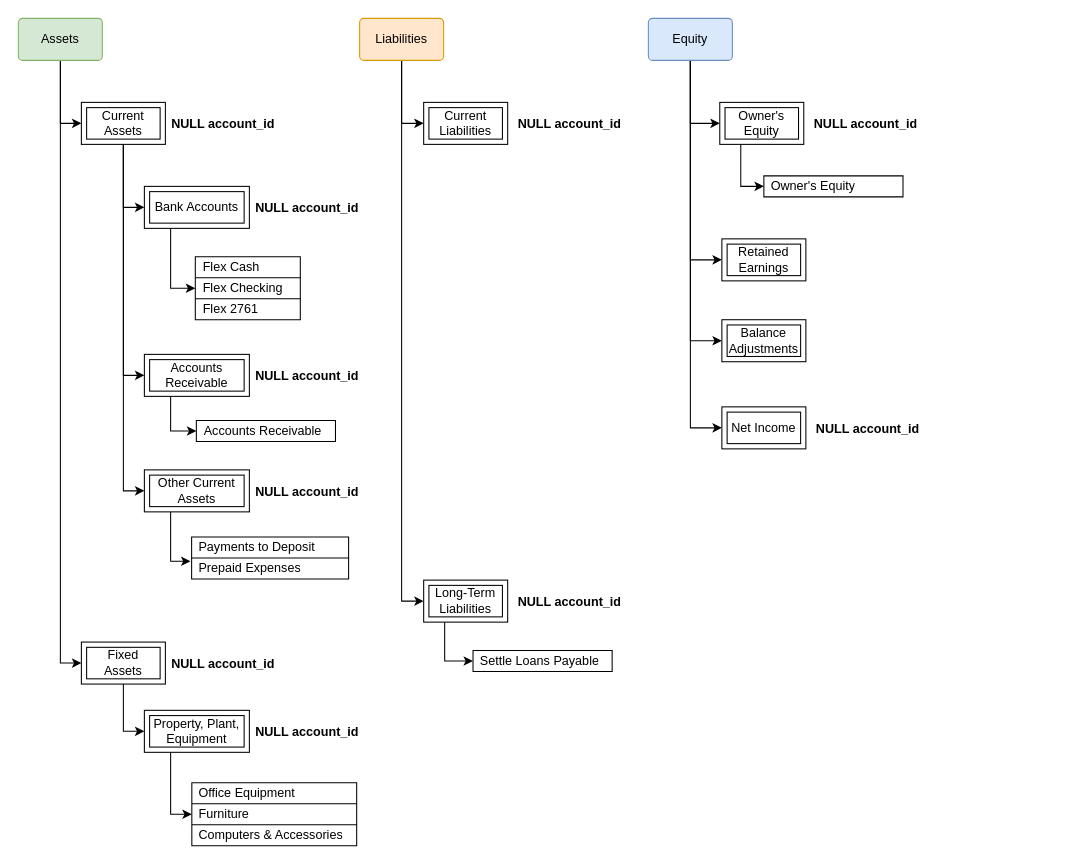
Before: flexanalyticseng.drawio in rizvi14/flexanalyticseng, a draw.io diagram. Source tidied: cells renumbered, new cells numbered last; positions are measured from the earlier drawing's top-left corner, leaving out a move shared by most shapes. Both pictures are drawn from the tidied source at 105%, with x=0, y=0 at pixel (18, 18).
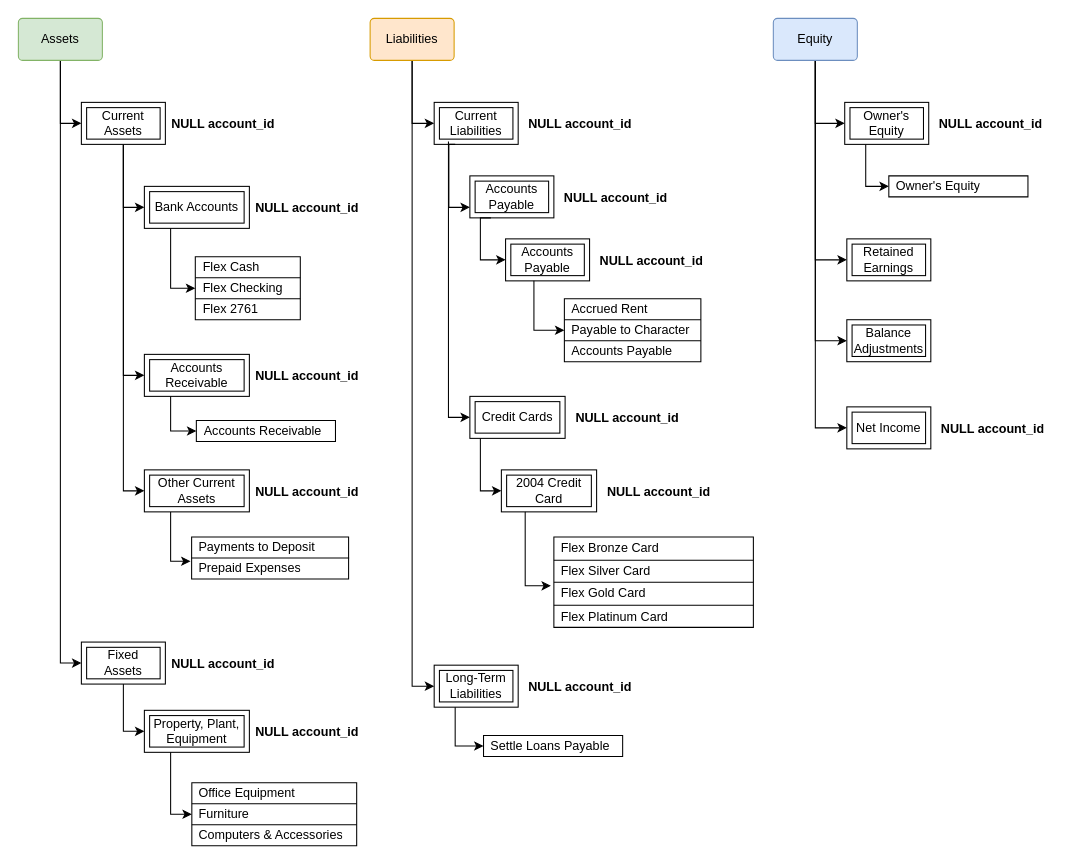
After the change.

Unchanged cells that the change refers to:
```xml
<mxCell id="58" value="Current Liabilities" style="shape=ext;margin=3;double=1;whiteSpace=wrap;html=1;align=center;" parent="57" vertex="1">
  <mxGeometry width="80" height="40" as="geometry" />
</mxCell>
<mxCell id="72" value="Owner's Equity" style="shape=ext;margin=3;double=1;whiteSpace=wrap;html=1;align=center;" parent="71" vertex="1">
  <mxGeometry width="80" height="40" as="geometry" />
</mxCell>
```

Diff of the diagram source:
```diff
@@
     <mxCell id="7" value="Liabilities" style="rounded=1;arcSize=10;whiteSpace=wrap;html=1;align=center;fillColor=#ffe6cc;strokeColor=#d79b00;" parent="1" vertex="1">
-      <mxGeometry x="325" width="80" height="40" as="geometry" />
+      <mxGeometry x="335" width="80" height="40" as="geometry" />
     </mxCell>
     <mxCell id="8" style="edgeStyle=orthogonalEdgeStyle;rounded=0;jettySize=auto;html=1;entryX=0;entryY=0.5;entryDx=0;entryDy=0;exitX=0.5;exitY=1;exitDx=0;exitDy=0;" parent="1" edge="1" source="12" target="72">
       <mxGeometry relative="1" as="geometry">
         <Array as="points">
-          <mxPoint x="640" y="100" />
+          <mxPoint x="759" y="100" />
         </Array>
       </mxGeometry>
     </mxCell>
@@
     <mxCell id="12" value="Equity" style="rounded=1;arcSize=10;whiteSpace=wrap;html=1;align=center;fillColor=#dae8fc;strokeColor=#6c8ebf;" parent="1" vertex="1">
-      <mxGeometry x="600" width="80" height="40" as="geometry" />
+      <mxGeometry x="719" width="80" height="40" as="geometry" />
     </mxCell>
@@
     <mxCell id="57" style="group;" parent="1" vertex="1">
-      <mxGeometry x="386" y="80" width="194" height="40" as="geometry" />
+      <mxGeometry x="396" y="80" width="194" height="40" as="geometry" />
     </mxCell>
@@
     <mxCell id="60" style="group;" parent="1" vertex="1">
-      <mxGeometry x="386" y="535" width="194" height="40" as="geometry" />
+      <mxGeometry x="396" y="616" width="194" height="40" as="geometry" />
     </mxCell>
@@
     <mxCell id="63" style="shape=table;startSize=0;childLayout=tableLayout;fontSize=11;fillColor=none;strokeColor=default;" parent="1" vertex="1">
-      <mxGeometry x="433" y="602" width="132.5" height="20" as="geometry" />
+      <mxGeometry x="443" y="683" width="132.5" height="20" as="geometry" />
     </mxCell>
@@
     <mxCell id="71" style="group;" parent="1" vertex="1">
-      <mxGeometry x="668" y="80" width="194" height="40" as="geometry" />
+      <mxGeometry x="787" y="80" width="194" height="40" as="geometry" />
     </mxCell>
@@
     <mxCell id="74" style="shape=table;startSize=0;childLayout=tableLayout;fontSize=11;fillColor=none;strokeColor=default;" parent="1" vertex="1">
-      <mxGeometry x="710" y="150" width="132.5" height="20" as="geometry" />
+      <mxGeometry x="829" y="150" width="132.5" height="20" as="geometry" />
     </mxCell>
@@
     <mxCell id="78" style="group;" parent="1" vertex="1">
-      <mxGeometry x="670" y="210" width="194" height="40" as="geometry" />
+      <mxGeometry x="789" y="210" width="194" height="40" as="geometry" />
     </mxCell>
@@
     <mxCell id="80" style="group;" parent="1" vertex="1">
-      <mxGeometry x="670" y="287" width="194" height="40" as="geometry" />
+      <mxGeometry x="789" y="287" width="194" height="40" as="geometry" />
     </mxCell>
@@
     <mxCell id="82" style="group;" parent="1" vertex="1">
-      <mxGeometry x="670" y="370" width="194" height="40" as="geometry" />
+      <mxGeometry x="789" y="370" width="194" height="40" as="geometry" />
     </mxCell>
@@
+    <mxCell id="85" style="group;" parent="1" vertex="1">
+      <mxGeometry x="430" y="150" width="194" height="40" as="geometry" />
+    </mxCell>
+    <mxCell id="86" value="Accounts Payable" style="shape=ext;margin=3;double=1;whiteSpace=wrap;html=1;align=center;" parent="85" vertex="1">
+      <mxGeometry width="80" height="40" as="geometry" />
+    </mxCell>
+    <mxCell id="87" value="NULL account_id" style="text;strokeColor=none;fillColor=none;align=left;verticalAlign=top;spacingLeft=4;spacingRight=4;overflow=hidden;whiteSpace=wrap;html=1;fontStyle=1;" parent="85" vertex="1">
+      <mxGeometry x="84" y="7" width="110" height="26" as="geometry" />
+    </mxCell>
+    <mxCell id="88" style="edgeStyle=orthogonalEdgeStyle;rounded=0;jettySize=auto;html=1;exitX=0.25;exitY=1;exitDx=0;exitDy=0;entryX=0;entryY=0.75;entryDx=0;entryDy=0;" parent="1" edge="1" source="58" target="86">
+      <mxGeometry relative="1" as="geometry">
+        <Array as="points">
+          <mxPoint x="410" y="120" />
+          <mxPoint x="410" y="180" />
+        </Array>
+      </mxGeometry>
+    </mxCell>
+    <mxCell id="89" style="group;" parent="1" vertex="1">
+      <mxGeometry x="464" y="210" width="194" height="40" as="geometry" />
+    </mxCell>
+    <mxCell id="90" value="Accounts Payable" style="shape=ext;margin=3;double=1;whiteSpace=wrap;html=1;align=center;" parent="89" vertex="1">
+      <mxGeometry width="80" height="40" as="geometry" />
+    </mxCell>
+    <mxCell id="91" value="NULL account_id" style="text;strokeColor=none;fillColor=none;align=left;verticalAlign=top;spacingLeft=4;spacingRight=4;overflow=hidden;whiteSpace=wrap;html=1;fontStyle=1;" parent="89" vertex="1">
+      <mxGeometry x="84" y="7" width="110" height="26" as="geometry" />
+    </mxCell>
+    <mxCell id="92" style="edgeStyle=orthogonalEdgeStyle;rounded=0;jettySize=auto;html=1;exitX=0.25;exitY=1;exitDx=0;exitDy=0;entryX=0;entryY=0.5;entryDx=0;entryDy=0;" parent="1" edge="1" source="86" target="90">
+      <mxGeometry relative="1" as="geometry">
+        <Array as="points">
+          <mxPoint x="440" y="190" />
+          <mxPoint x="440" y="230" />
+        </Array>
+      </mxGeometry>
+    </mxCell>
+    <mxCell id="93" style="shape=table;startSize=0;childLayout=tableLayout;fontSize=11;fillColor=none;strokeColor=default;" parent="1" vertex="1">
+      <mxGeometry x="520" y="267" width="130" height="60" as="geometry" />
+    </mxCell>
+    <mxCell id="94" style="shape=tableRow;horizontal=0;startSize=0;swimlaneHead=0;swimlaneBody=0;strokeColor=inherit;top=0;left=0;bottom=0;right=0;fillColor=none;fontSize=16;" parent="93" vertex="1">
+      <mxGeometry width="130" height="20" as="geometry" />
+    </mxCell>
+    <mxCell id="95" value="Accrued Rent" style="shape=partialRectangle;html=1;whiteSpace=wrap;strokeColor=inherit;overflow=hidden;fillColor=none;top=0;left=0;bottom=0;right=0;fontSize=12;align=left;spacingLeft=5;" parent="94" vertex="1">
+      <mxGeometry width="130" height="20" as="geometry" />
+    </mxCell>
+    <mxCell id="96" style="shape=tableRow;horizontal=0;startSize=0;swimlaneHead=0;swimlaneBody=0;strokeColor=inherit;top=0;left=0;bottom=0;right=0;fillColor=none;points=[[0,0.5],[1,0.5]];portConstraint=eastwest;fontSize=16;" parent="93" vertex="1">
+      <mxGeometry y="20" width="130" height="20" as="geometry" />
+    </mxCell>
+    <mxCell id="97" value="Payable to Character" style="shape=partialRectangle;html=1;whiteSpace=wrap;strokeColor=inherit;overflow=hidden;fillColor=none;top=0;left=0;bottom=0;right=0;fontSize=12;align=left;spacingLeft=5;" parent="96" vertex="1">
+      <mxGeometry width="130" height="20" as="geometry" />
+    </mxCell>
+    <mxCell id="98" style="shape=tableRow;horizontal=0;startSize=0;swimlaneHead=0;swimlaneBody=0;strokeColor=inherit;top=0;left=0;bottom=0;right=0;fillColor=none;fontSize=16;" parent="93" vertex="1">
+      <mxGeometry y="40" width="130" height="20" as="geometry" />
+    </mxCell>
+    <mxCell id="99" value="Accounts Payable" style="shape=partialRectangle;html=1;whiteSpace=wrap;strokeColor=inherit;overflow=hidden;fillColor=none;top=0;left=0;bottom=0;right=0;fontSize=12;align=left;spacingLeft=5;" parent="98" vertex="1">
+      <mxGeometry width="130" height="20" as="geometry" />
+    </mxCell>
+    <mxCell id="100" style="edgeStyle=orthogonalEdgeStyle;rounded=0;jettySize=auto;html=1;entryX=0;entryY=0.5;entryDx=0;entryDy=0;" parent="1" edge="1" source="90" target="96">
+      <mxGeometry relative="1" as="geometry">
+        <Array as="points">
+          <mxPoint x="491" y="297" />
+        </Array>
+      </mxGeometry>
+    </mxCell>
+    <mxCell id="101" style="group;" parent="1" vertex="1">
+      <mxGeometry x="430" y="360" width="220" height="40" as="geometry" />
+    </mxCell>
+    <mxCell id="102" value="Credit Cards" style="shape=ext;margin=3;double=1;whiteSpace=wrap;html=1;align=center;" parent="101" vertex="1">
+      <mxGeometry width="90.7" height="40" as="geometry" />
+    </mxCell>
+    <mxCell id="103" value="NULL account_id" style="text;strokeColor=none;fillColor=none;align=left;verticalAlign=top;spacingLeft=4;spacingRight=4;overflow=hidden;whiteSpace=wrap;html=1;fontStyle=1;" parent="101" vertex="1">
+      <mxGeometry x="95.3" y="7" width="124.7" height="26" as="geometry" />
+    </mxCell>
+    <mxCell id="104" style="edgeStyle=orthogonalEdgeStyle;rounded=0;jettySize=auto;html=1;entryX=0;entryY=0.5;entryDx=0;entryDy=0;exitX=0.17;exitY=0.93;exitDx=0;exitDy=0;exitPerimeter=0;" parent="1" edge="1" source="58" target="102">
+      <mxGeometry relative="1" as="geometry" />
+    </mxCell>
+    <mxCell id="105" style="group;" parent="1" vertex="1">
+      <mxGeometry x="460" y="430" width="220" height="40" as="geometry" />
+    </mxCell>
+    <mxCell id="106" value="2004 Credit Card" style="shape=ext;margin=3;double=1;whiteSpace=wrap;html=1;align=center;" parent="105" vertex="1">
+      <mxGeometry width="90.7" height="40" as="geometry" />
+    </mxCell>
+    <mxCell id="107" value="NULL account_id" style="text;strokeColor=none;fillColor=none;align=left;verticalAlign=top;spacingLeft=4;spacingRight=4;overflow=hidden;whiteSpace=wrap;html=1;fontStyle=1;" parent="105" vertex="1">
+      <mxGeometry x="95.3" y="7" width="124.7" height="26" as="geometry" />
+    </mxCell>
+    <mxCell id="108" style="edgeStyle=orthogonalEdgeStyle;rounded=0;jettySize=auto;html=1;entryX=0;entryY=0.5;entryDx=0;entryDy=0;" parent="1" edge="1" source="102" target="106">
+      <mxGeometry relative="1" as="geometry">
+        <Array as="points">
+          <mxPoint x="440" y="450" />
+        </Array>
+      </mxGeometry>
+    </mxCell>
+    <mxCell id="109" style="shape=table;startSize=0;childLayout=tableLayout;fontSize=11;fillColor=none;strokeColor=default;" parent="1" vertex="1">
+      <mxGeometry x="510" y="494" width="190" height="86" as="geometry" />
+    </mxCell>
+    <mxCell id="110" style="shape=tableRow;horizontal=0;startSize=0;swimlaneHead=0;swimlaneBody=0;strokeColor=default;top=0;left=0;bottom=0;right=0;fillColor=none;fontSize=16;" parent="109" vertex="1">
+      <mxGeometry width="190" height="22" as="geometry" />
+    </mxCell>
+    <mxCell id="111" value="Flex Bronze Card" style="shape=partialRectangle;html=1;whiteSpace=wrap;strokeColor=inherit;overflow=hidden;fillColor=none;top=0;left=0;bottom=0;right=0;fontSize=12;align=left;spacingLeft=5;" parent="110" vertex="1">
+      <mxGeometry width="190" height="22" as="geometry" />
+    </mxCell>
+    <mxCell id="112" style="shape=tableRow;horizontal=0;startSize=0;swimlaneHead=0;swimlaneBody=0;strokeColor=inherit;top=0;left=0;bottom=0;right=0;fillColor=none;fontSize=16;" parent="109" vertex="1">
+      <mxGeometry y="22" width="190" height="21" as="geometry" />
+    </mxCell>
+    <mxCell id="113" value="Flex Silver Card" style="shape=partialRectangle;html=1;whiteSpace=wrap;strokeColor=inherit;overflow=hidden;fillColor=none;top=0;left=0;bottom=0;right=0;fontSize=12;align=left;spacingLeft=5;" parent="112" vertex="1">
+      <mxGeometry width="190" height="21" as="geometry" />
+    </mxCell>
+    <mxCell id="114" style="shape=tableRow;horizontal=0;startSize=0;swimlaneHead=0;swimlaneBody=0;strokeColor=inherit;top=0;left=0;bottom=0;right=0;fillColor=none;points=[[0,0.5],[1,0.5]];portConstraint=eastwest;fontSize=16;" parent="109" vertex="1">
+      <mxGeometry y="43" width="190" height="22" as="geometry" />
+    </mxCell>
+    <mxCell id="115" value="Flex Gold Card" style="shape=partialRectangle;html=1;whiteSpace=wrap;strokeColor=inherit;overflow=hidden;fillColor=none;top=0;left=0;bottom=0;right=0;fontSize=12;align=left;spacingLeft=5;" parent="114" vertex="1">
+      <mxGeometry width="190" height="22" as="geometry" />
+    </mxCell>
+    <mxCell id="116" style="shape=tableRow;horizontal=0;startSize=0;swimlaneHead=0;swimlaneBody=0;strokeColor=inherit;top=0;left=0;bottom=0;right=0;fillColor=none;fontSize=16;" parent="109" vertex="1">
+      <mxGeometry y="65" width="190" height="21" as="geometry" />
+    </mxCell>
+    <mxCell id="117" value="Flex Platinum Card" style="shape=partialRectangle;html=1;whiteSpace=wrap;strokeColor=inherit;overflow=hidden;fillColor=none;top=0;left=0;bottom=0;right=0;fontSize=12;align=left;spacingLeft=5;" parent="116" vertex="1">
+      <mxGeometry width="190" height="21" as="geometry" />
+    </mxCell>
+    <mxCell id="118" style="edgeStyle=orthogonalEdgeStyle;rounded=0;jettySize=auto;html=1;exitX=0.25;exitY=1;exitDx=0;exitDy=0;entryX=-0.015;entryY=0.155;entryDx=0;entryDy=0;entryPerimeter=0;" parent="1" edge="1" source="106" target="114">
+      <mxGeometry relative="1" as="geometry" />
+    </mxCell>
```
